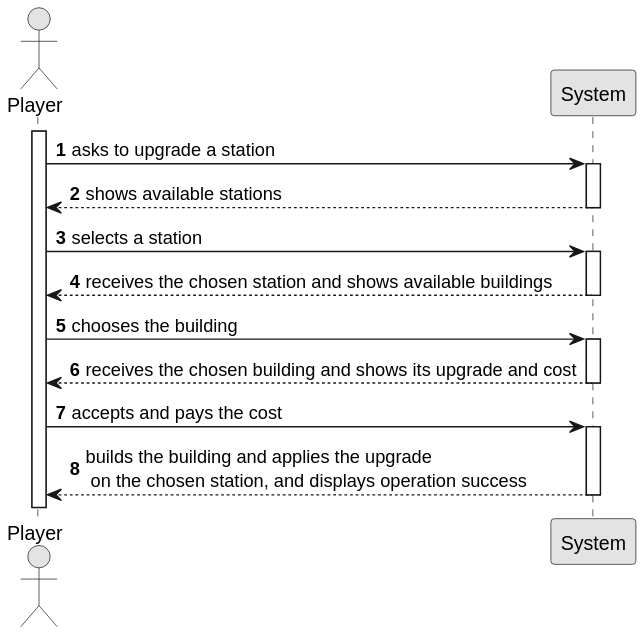
Before: Sprint2/US006/01.requirements-engineering/svg/US006-SSD.svg, a diagram exported from PlantUML (1240935/pi2-railway-simulator).
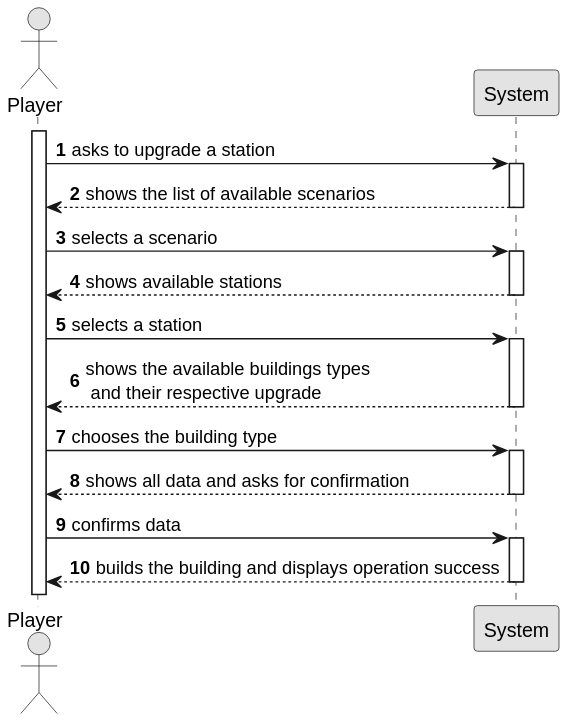
Above is the later version.

Change to the diagram source:
```diff
@@ -13,24 +13,30 @@
     Employee -> System : asks to upgrade a station
     activate System
 
+    System --> Employee: shows the list of available scenarios
+    deactivate
+
+    Employee -> System: selects a scenario
+    activate System
+
         System --> Employee : shows available stations
     deactivate System
 
     Employee -> System : selects a station
     activate System
 
-        System --> Employee : receives the chosen station and shows available buildings
+        System --> Employee :shows the available buildings types \n and their respective upgrade
     deactivate System
 
-    Employee -> System : chooses the building
+    Employee -> System : chooses the building type
     activate System
 
-        System --> Employee : receives the chosen building and shows its upgrade and cost
+        System --> Employee : shows all data and asks for confirmation
     deactivate System
 
-    Employee -> System : accepts and pays the cost
+    Employee -> System : confirms data
     activate System
 
-        System --> Employee : builds the building and applies the upgrade \n on the chosen station, and displays operation success
+        System --> Employee : builds the building and displays operation success
     deactivate System
 @enduml
```
